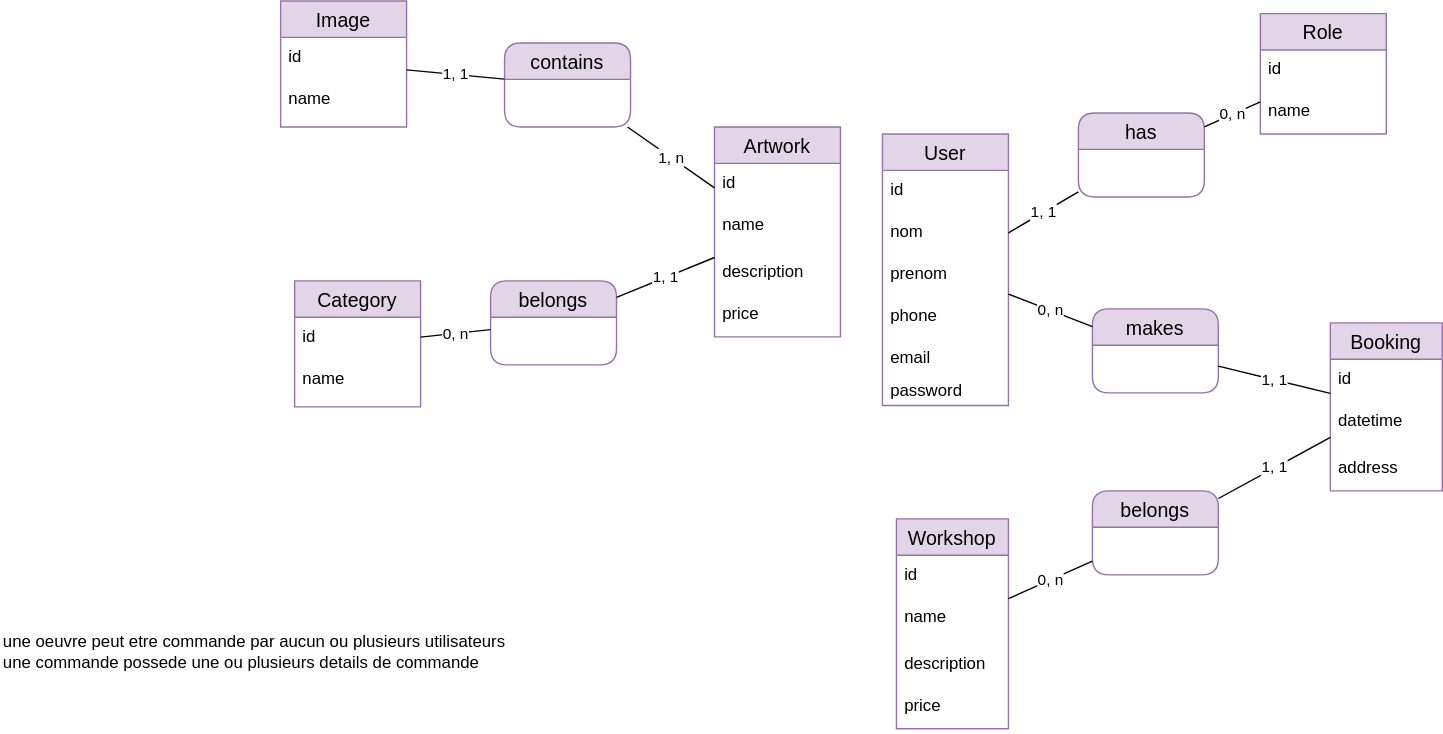
The draw.io diagram code/server/merise/projet madameqalame/MCD.calligraphie.drawio.svg in Mabrouka659/madameqalam, before a commit. Source tidied: cells renumbered, new cells last; positions are measured from the earlier drawing's top-left corner, leaving out a move shared by most shapes.
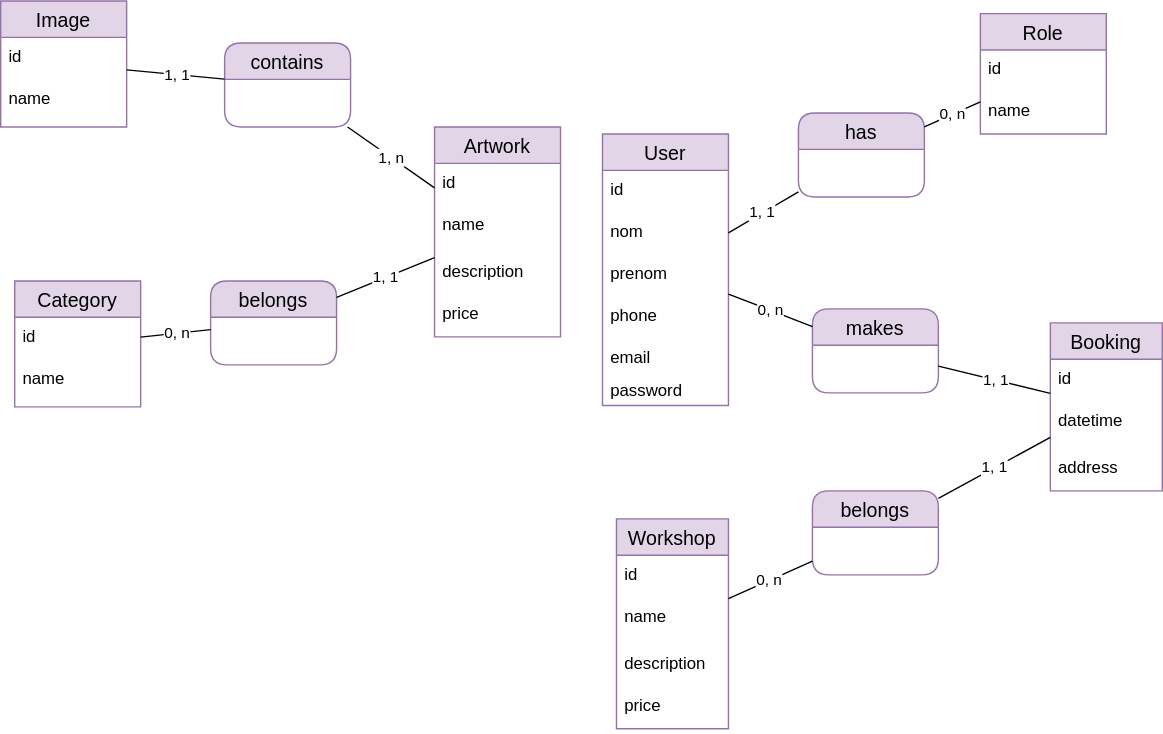
The same file after the commit.

Change to the diagram source:
```diff
@@ -62,9 +62,6 @@
     <mxCell id="21" value="name" style="text;strokeColor=none;fillColor=none;spacingLeft=4;spacingRight=4;overflow=hidden;fontSize=12;" parent="19" vertex="1">
       <mxGeometry y="56" width="90" height="30" as="geometry" />
     </mxCell>
-    <mxCell id="22" value="une oeuvre peut etre commande par aucun ou plusieurs utilisateurs&lt;br&gt;une commande possede une ou plusieurs details de commande" style="text;html=1;strokeColor=none;fillColor=none;align=left;verticalAlign=middle;whiteSpace=wrap;rounded=0;" parent="1" vertex="1">
-      <mxGeometry y="450" width="590" height="30" as="geometry" />
-    </mxCell>
     <mxCell id="23" value="Image" style="swimlane;fontStyle=0;horizontal=1;startSize=26;align=center;fontSize=14;fillColor=#e1d5e7;strokeColor=#9673a6;" parent="1" vertex="1">
       <mxGeometry x="200" width="90" height="90" as="geometry" />
     </mxCell>
```
